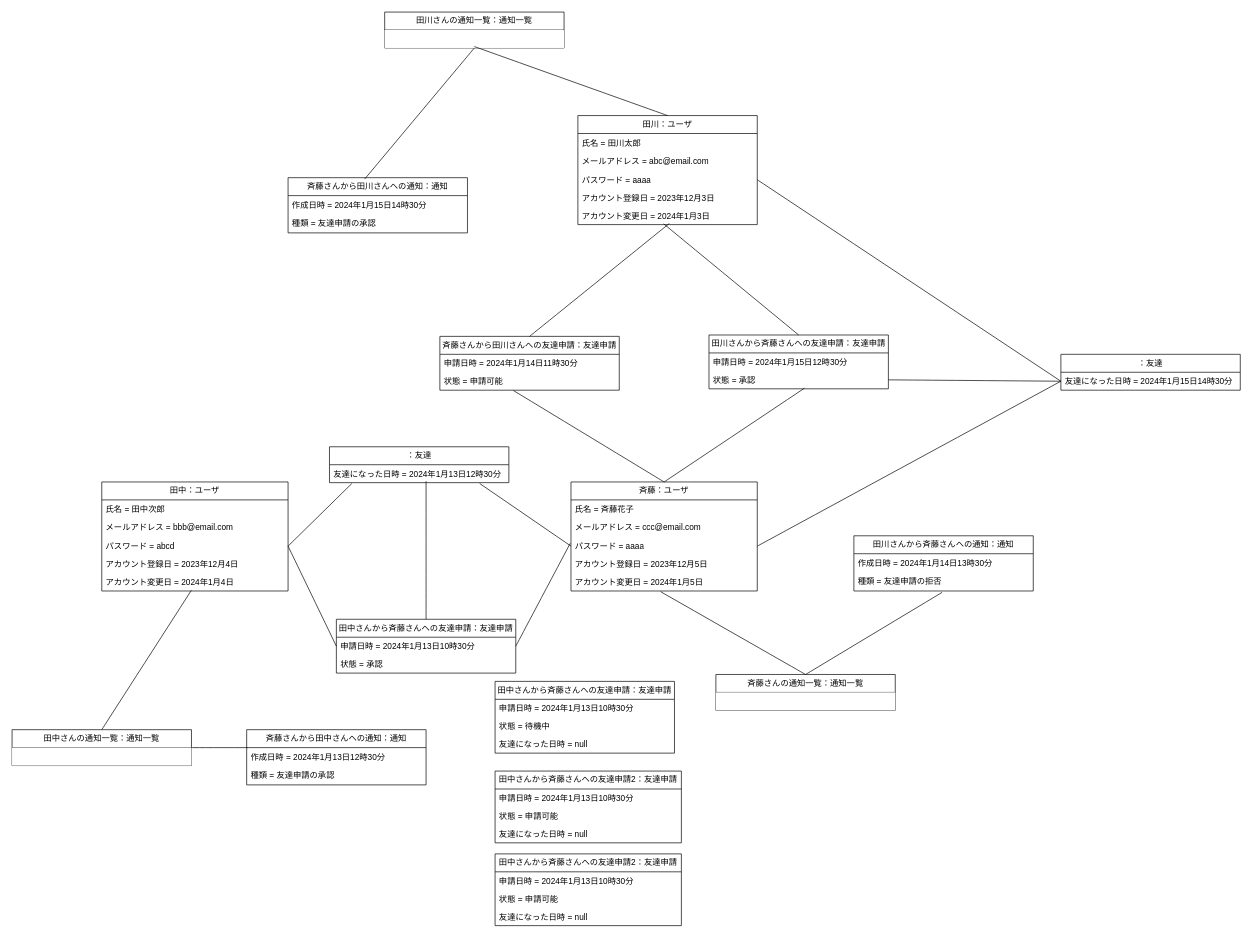
tawainfer/scorpio keeps this draw.io diagram as 概念モデル/08_友達申請の承認をする/友達申請の承認をする.drawio. Above is the earlier version. Source tidied: cells renumbered, new cells numbered last; positions are measured from the earlier drawing's top-left corner, leaving out a move shared by most shapes. Both pictures are drawn from the tidied source at 69%, with x=0, y=0 at pixel (12, 12).
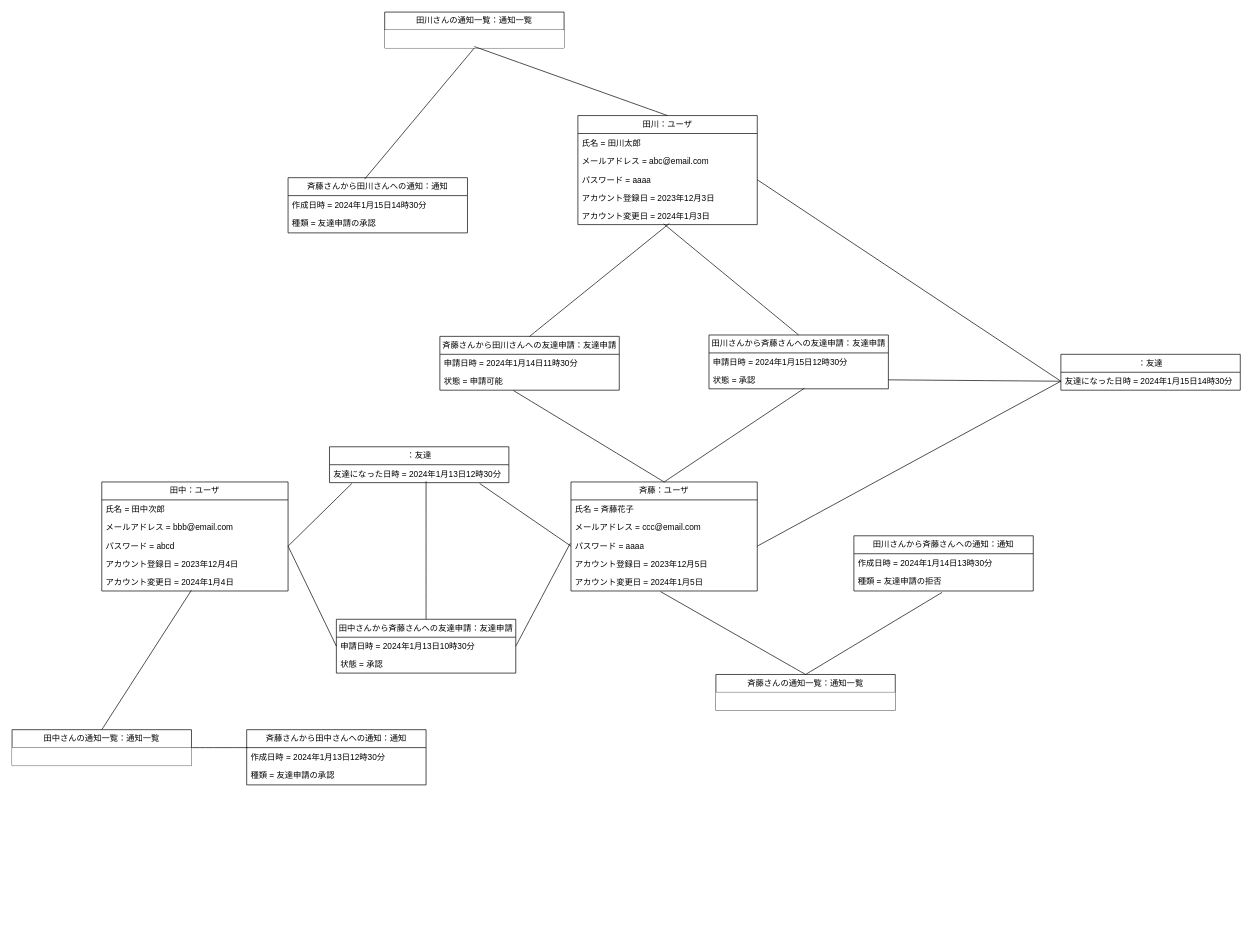
The same diagram, later.

Diff of the diagram source:
```diff
@@
-    <mxCell id="66" value="田中さんから斉藤さんへの友達申請：友達申請" style="swimlane;fontStyle=0;horizontal=1;startSize=26;fillColor=none;whiteSpace=wrap;html=1;" parent="1" vertex="1">
-      <mxGeometry x="700" y="970" width="260" height="104" as="geometry" />
-    </mxCell>
-    <mxCell id="67" value="申請日時 =&amp;nbsp;2024年1月13日10時30分" style="text;strokeColor=none;fillColor=none;align=left;verticalAlign=top;spacingLeft=4;spacingRight=4;overflow=hidden;whiteSpace=wrap;html=1;" parent="66" vertex="1">
-      <mxGeometry y="26" width="260" height="26" as="geometry" />
-    </mxCell>
-    <mxCell id="68" value="状態 = 待機中" style="text;strokeColor=none;fillColor=none;align=left;verticalAlign=top;spacingLeft=4;spacingRight=4;overflow=hidden;whiteSpace=wrap;html=1;" parent="66" vertex="1">
-      <mxGeometry y="52" width="260" height="26" as="geometry" />
-    </mxCell>
-    <mxCell id="69" value="友達になった日時 = null" style="text;strokeColor=none;fillColor=none;align=left;verticalAlign=top;spacingLeft=4;spacingRight=4;overflow=hidden;whiteSpace=wrap;html=1;" parent="66" vertex="1">
-      <mxGeometry y="78" width="260" height="26" as="geometry" />
-    </mxCell>
-    <mxCell id="70" value="田中さんから斉藤さんへの友達申請2：友達申請" style="swimlane;fontStyle=0;horizontal=1;startSize=26;fillColor=none;whiteSpace=wrap;html=1;" parent="1" vertex="1">
-      <mxGeometry x="700" y="1100" width="270" height="104" as="geometry" />
-    </mxCell>
-    <mxCell id="71" value="申請日時 =&amp;nbsp;2024年1月13日10時30分" style="text;strokeColor=none;fillColor=none;align=left;verticalAlign=top;spacingLeft=4;spacingRight=4;overflow=hidden;whiteSpace=wrap;html=1;" parent="70" vertex="1">
-      <mxGeometry y="26" width="270" height="26" as="geometry" />
-    </mxCell>
-    <mxCell id="72" value="状態 = 申請可能" style="text;strokeColor=none;fillColor=none;align=left;verticalAlign=top;spacingLeft=4;spacingRight=4;overflow=hidden;whiteSpace=wrap;html=1;" parent="70" vertex="1">
-      <mxGeometry y="52" width="270" height="26" as="geometry" />
-    </mxCell>
-    <mxCell id="73" value="友達になった日時 = null" style="text;strokeColor=none;fillColor=none;align=left;verticalAlign=top;spacingLeft=4;spacingRight=4;overflow=hidden;whiteSpace=wrap;html=1;" parent="70" vertex="1">
-      <mxGeometry y="78" width="270" height="26" as="geometry" />
-    </mxCell>
-    <mxCell id="74" value="田中さんから斉藤さんへの友達申請2：友達申請" style="swimlane;fontStyle=0;horizontal=1;startSize=26;fillColor=none;whiteSpace=wrap;html=1;" parent="1" vertex="1">
-      <mxGeometry x="700" y="1220" width="270" height="104" as="geometry" />
-    </mxCell>
-    <mxCell id="75" value="申請日時 =&amp;nbsp;2024年1月13日10時30分" style="text;strokeColor=none;fillColor=none;align=left;verticalAlign=top;spacingLeft=4;spacingRight=4;overflow=hidden;whiteSpace=wrap;html=1;" parent="74" vertex="1">
-      <mxGeometry y="26" width="270" height="26" as="geometry" />
-    </mxCell>
-    <mxCell id="76" value="状態 = 申請可能" style="text;strokeColor=none;fillColor=none;align=left;verticalAlign=top;spacingLeft=4;spacingRight=4;overflow=hidden;whiteSpace=wrap;html=1;" parent="74" vertex="1">
-      <mxGeometry y="52" width="270" height="26" as="geometry" />
-    </mxCell>
-    <mxCell id="77" value="友達になった日時 = null" style="text;strokeColor=none;fillColor=none;align=left;verticalAlign=top;spacingLeft=4;spacingRight=4;overflow=hidden;whiteSpace=wrap;html=1;" parent="74" vertex="1">
-      <mxGeometry y="78" width="270" height="26" as="geometry" />
-    </mxCell>
```
